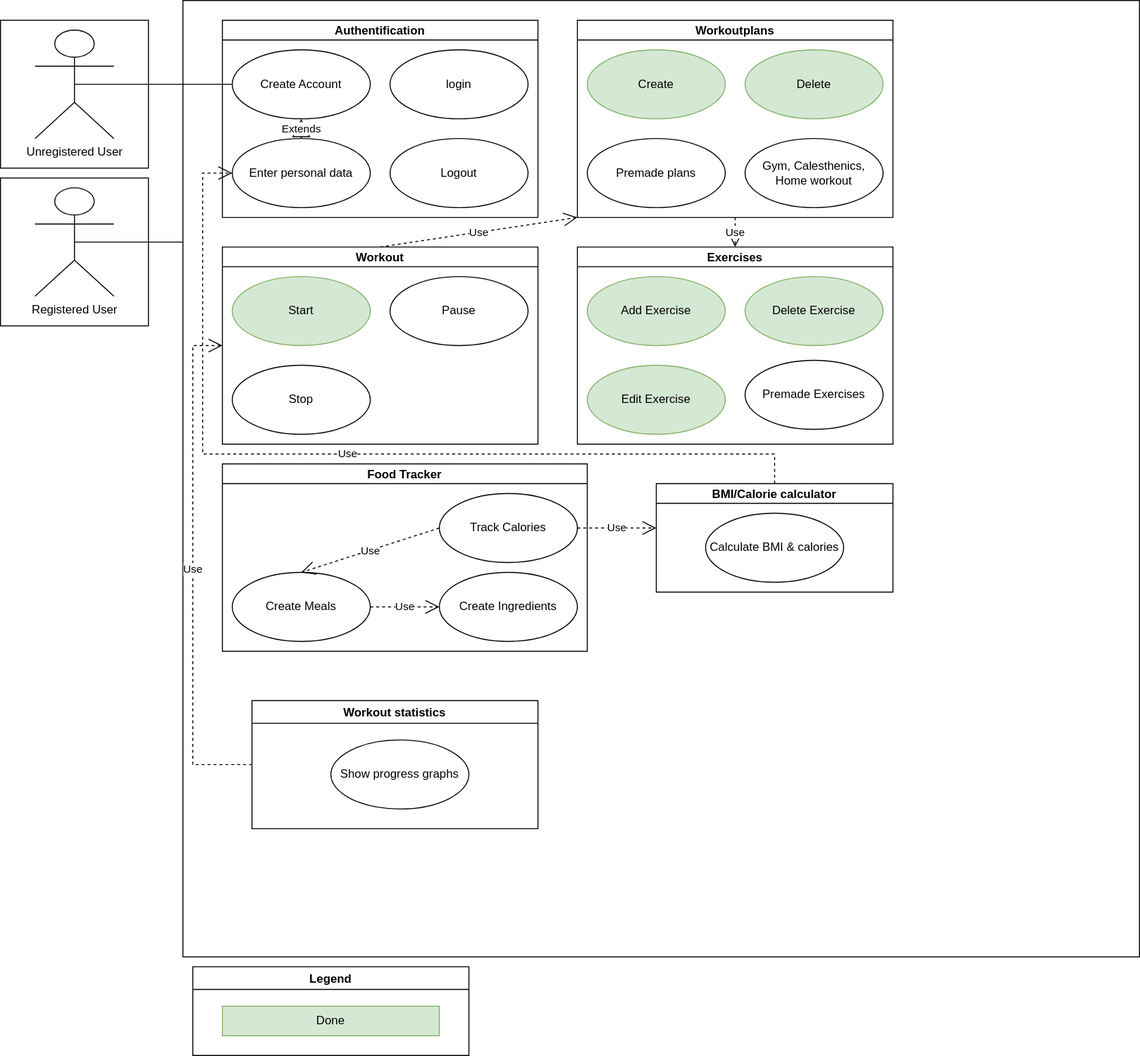
Above: UseCases/Overall_Use_Case_Diagram.drawio.svg in willizielke/FitnessWebAppDocumentation (draw.io), before the change. Source tidied: cells renumbered, new cells last; positions are measured from the earlier drawing's top-left corner, leaving out a move shared by most shapes. Its diagram source:
```xml
<mxGraphModel background="#FFFFFF">
  <root>
    <mxCell id="0" />
    <mxCell id="1" parent="0" />
    <mxCell id="2" style="whiteSpace=wrap;html=1;" parent="1" vertex="1">
      <mxGeometry y="20" width="150" height="150" as="geometry" />
    </mxCell>
    <mxCell id="3" style="whiteSpace=wrap;html=1;" parent="1" vertex="1">
      <mxGeometry y="180" width="150" height="150" as="geometry" />
    </mxCell>
    <mxCell id="4" style="whiteSpace=wrap;html=1;" parent="1" vertex="1">
      <mxGeometry x="185" width="970" height="970" as="geometry" />
    </mxCell>
    <mxCell id="5" value="Unregistered User" style="shape=umlActor;verticalLabelPosition=bottom;verticalAlign=top;html=1;" parent="1" vertex="1">
      <mxGeometry x="35" y="30" width="80" height="110" as="geometry" />
    </mxCell>
    <mxCell id="6" value="Authentification" style="swimlane;startSize=20;" parent="1" vertex="1">
      <mxGeometry x="225" y="20" width="320" height="200" as="geometry" />
    </mxCell>
    <mxCell id="7" value="Create Account" style="ellipse;whiteSpace=wrap;html=1;" parent="6" vertex="1">
      <mxGeometry x="10" y="30" width="140" height="70" as="geometry" />
    </mxCell>
    <mxCell id="8" value="Enter personal data" style="ellipse;whiteSpace=wrap;html=1;" parent="6" vertex="1">
      <mxGeometry x="10" y="120" width="140" height="70" as="geometry" />
    </mxCell>
    <mxCell id="9" value="login" style="ellipse;whiteSpace=wrap;html=1;" parent="6" vertex="1">
      <mxGeometry x="170" y="30" width="140" height="70" as="geometry" />
    </mxCell>
    <mxCell id="10" value="Logout" style="ellipse;whiteSpace=wrap;html=1;" parent="6" vertex="1">
      <mxGeometry x="170" y="120" width="140" height="70" as="geometry" />
    </mxCell>
    <mxCell id="11" value="Extends" style="endArrow=block;endSize=16;endFill=0;html=1;rounded=0;exitX=0.5;exitY=0;exitDx=0;exitDy=0;entryX=0.5;entryY=1;entryDx=0;entryDy=0;" parent="6" edge="1" source="8" target="7">
      <mxGeometry relative="1" as="geometry" />
    </mxCell>
    <mxCell id="12" style="endArrow=none;html=1;rounded=0;exitX=0.5;exitY=0.5;exitDx=0;exitDy=0;exitPerimeter=0;entryX=0;entryY=0.5;entryDx=0;entryDy=0;" parent="1" edge="1" source="5" target="7">
      <mxGeometry relative="1" as="geometry" />
    </mxCell>
    <mxCell id="13" value="Workout" style="swimlane;startSize=20;" parent="1" vertex="1">
      <mxGeometry x="225" y="250" width="320" height="200" as="geometry" />
    </mxCell>
    <mxCell id="14" value="Start" style="ellipse;whiteSpace=wrap;html=1;fillColor=#D5E8D4;strokeColor=#82B366;gradientColor=none;" parent="13" vertex="1">
      <mxGeometry x="10" y="30" width="140" height="70" as="geometry" />
    </mxCell>
    <mxCell id="15" value="Stop" style="ellipse;whiteSpace=wrap;html=1;" parent="13" vertex="1">
      <mxGeometry x="10" y="120" width="140" height="70" as="geometry" />
    </mxCell>
    <mxCell id="16" value="Pause" style="ellipse;whiteSpace=wrap;html=1;" parent="13" vertex="1">
      <mxGeometry x="170" y="30" width="140" height="70" as="geometry" />
    </mxCell>
    <mxCell id="17" value="Exercises" style="swimlane;startSize=20;" parent="1" vertex="1">
      <mxGeometry x="585" y="250" width="320" height="200" as="geometry" />
    </mxCell>
    <mxCell id="18" value="Add Exercise" style="ellipse;whiteSpace=wrap;html=1;fillColor=#d5e8d4;strokeColor=#82B366;" parent="17" vertex="1">
      <mxGeometry x="10" y="30" width="140" height="70" as="geometry" />
    </mxCell>
    <mxCell id="19" value="Edit Exercise" style="ellipse;whiteSpace=wrap;html=1;fillColor=#d5e8d4;strokeColor=#82b366;" parent="17" vertex="1">
      <mxGeometry x="10" y="120" width="140" height="70" as="geometry" />
    </mxCell>
    <mxCell id="20" value="Delete Exercise" style="ellipse;whiteSpace=wrap;html=1;fillColor=#d5e8d4;strokeColor=#82b366;" parent="17" vertex="1">
      <mxGeometry x="170" y="30" width="140" height="70" as="geometry" />
    </mxCell>
    <mxCell id="21" value="Workoutplans" style="swimlane;startSize=20;" parent="1" vertex="1">
      <mxGeometry x="585" y="20" width="320" height="200" as="geometry" />
    </mxCell>
    <mxCell id="22" value="Create" style="ellipse;whiteSpace=wrap;html=1;fillColor=#d5e8d4;strokeColor=#82b366;" parent="21" vertex="1">
      <mxGeometry x="10" y="30" width="140" height="70" as="geometry" />
    </mxCell>
    <mxCell id="23" value="Premade plans" style="ellipse;whiteSpace=wrap;html=1;" parent="21" vertex="1">
      <mxGeometry x="10" y="120" width="140" height="70" as="geometry" />
    </mxCell>
    <mxCell id="24" value="Delete" style="ellipse;whiteSpace=wrap;html=1;fillColor=#d5e8d4;strokeColor=#82b366;" parent="21" vertex="1">
      <mxGeometry x="170" y="30" width="140" height="70" as="geometry" />
    </mxCell>
    <mxCell id="25" value="Gym, Calesthenics, Home workout" style="ellipse;whiteSpace=wrap;html=1;" parent="21" vertex="1">
      <mxGeometry x="170" y="120" width="140" height="70" as="geometry" />
    </mxCell>
    <mxCell id="26" value="Premade Exercises" style="ellipse;whiteSpace=wrap;html=1;" parent="1" vertex="1">
      <mxGeometry x="755" y="365" width="140" height="70" as="geometry" />
    </mxCell>
    <mxCell id="27" value="BMI/Calorie calculator" style="swimlane;startSize=20;" parent="1" vertex="1">
      <mxGeometry x="665" y="490" width="240" height="110" as="geometry" />
    </mxCell>
    <mxCell id="28" value="Calculate BMI &amp;amp; calories" style="ellipse;whiteSpace=wrap;html=1;" parent="27" vertex="1">
      <mxGeometry x="50" y="30" width="140" height="70" as="geometry" />
    </mxCell>
    <mxCell id="29" value="Use" style="endArrow=open;endSize=12;dashed=1;html=1;rounded=0;entryX=0.5;entryY=0;entryDx=0;entryDy=0;exitX=0.5;exitY=1;exitDx=0;exitDy=0;" parent="1" edge="1" source="21" target="17">
      <mxGeometry relative="1" as="geometry" />
    </mxCell>
    <mxCell id="30" value="Registered User" style="shape=umlActor;verticalLabelPosition=bottom;verticalAlign=top;html=1;" parent="1" vertex="1">
      <mxGeometry x="35" y="190" width="80" height="110" as="geometry" />
    </mxCell>
    <mxCell id="31" value="Use" style="endArrow=open;endSize=12;dashed=1;html=1;rounded=0;exitX=0.5;exitY=0;exitDx=0;exitDy=0;entryX=0;entryY=1;entryDx=0;entryDy=0;" parent="1" edge="1" source="13" target="21">
      <mxGeometry relative="1" as="geometry" />
    </mxCell>
    <mxCell id="32" style="endArrow=none;html=1;rounded=0;entryX=0.5;entryY=0.5;entryDx=0;entryDy=0;entryPerimeter=0;" parent="1" edge="1" target="30">
      <mxGeometry relative="1" as="geometry">
        <mxPoint x="185" y="245" as="sourcePoint" />
      </mxGeometry>
    </mxCell>
    <mxCell id="33" value="Use" style="endArrow=open;endSize=12;dashed=1;html=1;rounded=0;exitX=0.5;exitY=0;exitDx=0;exitDy=0;entryX=0;entryY=0.5;entryDx=0;entryDy=0;" parent="1" edge="1" source="27" target="8">
      <mxGeometry relative="1" as="geometry">
        <Array as="points">
          <mxPoint x="785" y="460" />
          <mxPoint x="205" y="460" />
          <mxPoint x="205" y="175" />
        </Array>
      </mxGeometry>
    </mxCell>
    <mxCell id="34" value="Food Tracker" style="swimlane;startSize=20;" parent="1" vertex="1">
      <mxGeometry x="225" y="470" width="370" height="190" as="geometry" />
    </mxCell>
    <mxCell id="35" value="Track Calories" style="ellipse;whiteSpace=wrap;html=1;" parent="34" vertex="1">
      <mxGeometry x="220" y="30" width="140" height="70" as="geometry" />
    </mxCell>
    <mxCell id="36" value="Create Ingredients" style="ellipse;whiteSpace=wrap;html=1;" parent="34" vertex="1">
      <mxGeometry x="220" y="110" width="140" height="70" as="geometry" />
    </mxCell>
    <mxCell id="37" value="Create Meals" style="ellipse;whiteSpace=wrap;html=1;" parent="1" vertex="1">
      <mxGeometry x="235" y="580" width="140" height="70" as="geometry" />
    </mxCell>
    <mxCell id="38" value="Use" style="endArrow=open;endSize=12;dashed=1;html=1;rounded=0;entryX=0;entryY=0.5;entryDx=0;entryDy=0;exitX=1;exitY=0.5;exitDx=0;exitDy=0;" parent="1" edge="1" source="37" target="36">
      <mxGeometry relative="1" as="geometry" />
    </mxCell>
    <mxCell id="39" value="Use" style="endArrow=open;endSize=12;dashed=1;html=1;rounded=0;exitX=1;exitY=0.5;exitDx=0;exitDy=0;" parent="1" edge="1" source="35">
      <mxGeometry x="0.01" relative="1" as="geometry">
        <mxPoint x="665" y="535" as="targetPoint" />
      </mxGeometry>
    </mxCell>
    <mxCell id="40" value="Use" style="endArrow=open;endSize=12;dashed=1;html=1;rounded=0;exitX=0;exitY=0.5;exitDx=0;exitDy=0;entryX=0.5;entryY=0;entryDx=0;entryDy=0;" parent="1" edge="1" source="35" target="37">
      <mxGeometry relative="1" as="geometry" />
    </mxCell>
    <mxCell id="41" value="Legend" style="swimlane;" parent="1" vertex="1">
      <mxGeometry x="195" y="980" width="280" height="90" as="geometry" />
    </mxCell>
    <mxCell id="42" value="Done" style="text;html=1;strokeColor=#82b366;fillColor=#d5e8d4;align=center;verticalAlign=middle;whiteSpace=wrap;rounded=0;" parent="41" vertex="1">
      <mxGeometry x="30" y="40" width="220" height="30" as="geometry" />
    </mxCell>
    <mxCell id="43" value="Workout statistics" style="swimlane;" parent="1" vertex="1">
      <mxGeometry x="255" y="710" width="290" height="130" as="geometry" />
    </mxCell>
    <mxCell id="44" value="Show progress graphs" style="ellipse;whiteSpace=wrap;html=1;" parent="1" vertex="1">
      <mxGeometry x="335" y="750" width="140" height="70" as="geometry" />
    </mxCell>
    <mxCell id="45" value="Use" style="endArrow=open;endSize=12;dashed=1;html=1;rounded=0;exitX=0;exitY=0.5;exitDx=0;exitDy=0;entryX=0;entryY=0.5;entryDx=0;entryDy=0;" parent="1" edge="1" source="43" target="13">
      <mxGeometry relative="1" as="geometry">
        <Array as="points">
          <mxPoint x="195" y="775" />
          <mxPoint x="195" y="350" />
        </Array>
      </mxGeometry>
    </mxCell>
  </root>
</mxGraphModel>
```
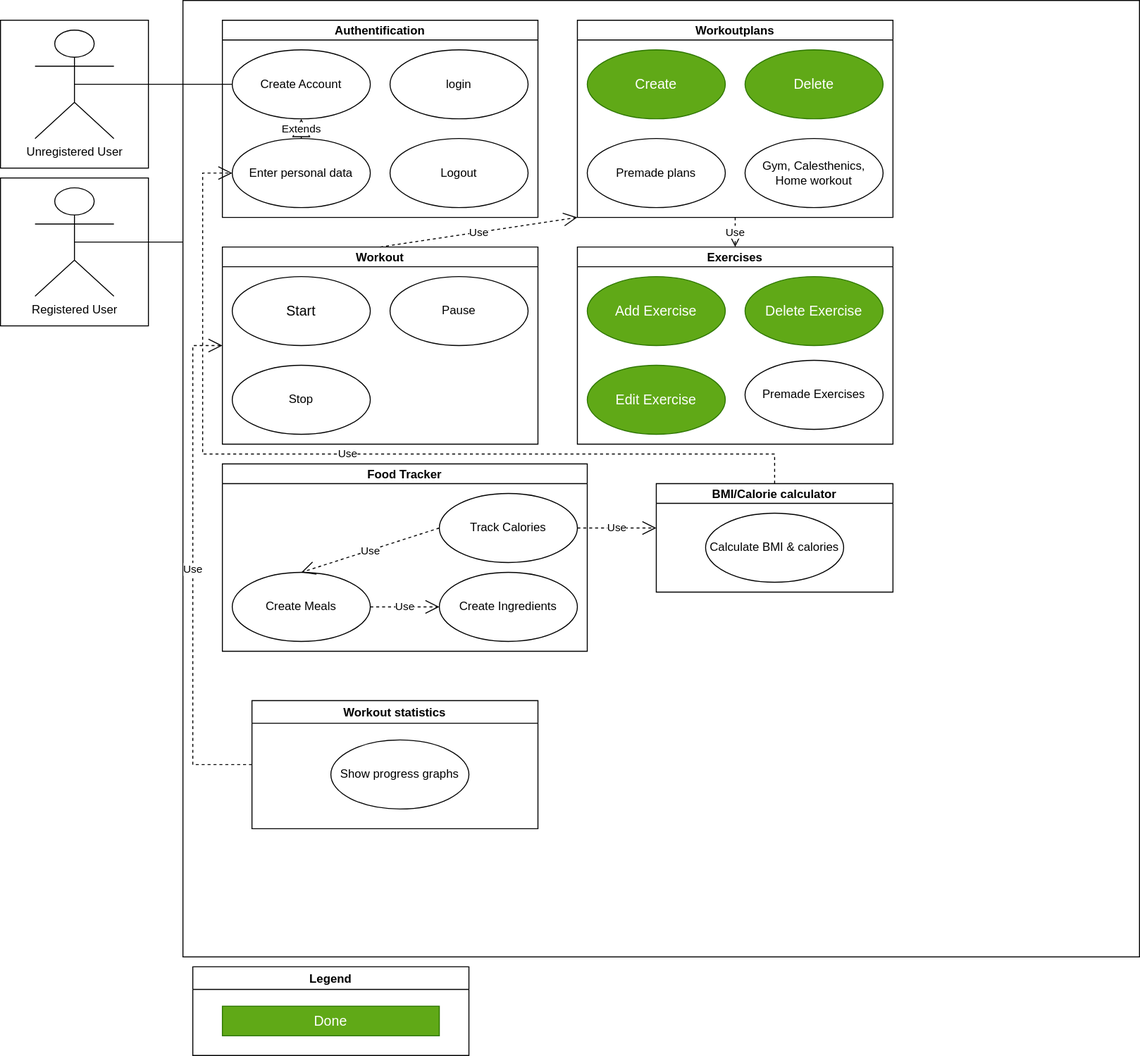
After the change.

Commit message:
update Class Diagram + UC Diagram

Change to the diagram source:
```diff
@@ -1,4 +1,4 @@
-<mxGraphModel background="#FFFFFF">
+<mxGraphModel>
   <root>
     <mxCell id="0" />
     <mxCell id="1" parent="0" />
@@ -38,7 +38,7 @@
     <mxCell id="13" value="Workout" style="swimlane;startSize=20;" parent="1" vertex="1">
       <mxGeometry x="225" y="250" width="320" height="200" as="geometry" />
     </mxCell>
-    <mxCell id="14" value="Start" style="ellipse;whiteSpace=wrap;html=1;fillColor=#D5E8D4;strokeColor=#82B366;gradientColor=none;" parent="13" vertex="1">
+    <mxCell id="14" value="&lt;font style=&quot;font-size: 14px&quot;&gt;Start&lt;/font&gt;" style="ellipse;whiteSpace=wrap;html=1;" parent="13" vertex="1">
       <mxGeometry x="10" y="30" width="140" height="70" as="geometry" />
     </mxCell>
     <mxCell id="15" value="Stop" style="ellipse;whiteSpace=wrap;html=1;" parent="13" vertex="1">
@@ -50,25 +50,25 @@
     <mxCell id="17" value="Exercises" style="swimlane;startSize=20;" parent="1" vertex="1">
       <mxGeometry x="585" y="250" width="320" height="200" as="geometry" />
     </mxCell>
-    <mxCell id="18" value="Add Exercise" style="ellipse;whiteSpace=wrap;html=1;fillColor=#d5e8d4;strokeColor=#82B366;" parent="17" vertex="1">
+    <mxCell id="18" value="&lt;font style=&quot;font-size: 14px&quot;&gt;Add Exercise&lt;/font&gt;" style="ellipse;whiteSpace=wrap;html=1;fillColor=#60a917;strokeColor=#2D7600;fontColor=#ffffff;" parent="17" vertex="1">
       <mxGeometry x="10" y="30" width="140" height="70" as="geometry" />
     </mxCell>
-    <mxCell id="19" value="Edit Exercise" style="ellipse;whiteSpace=wrap;html=1;fillColor=#d5e8d4;strokeColor=#82b366;" parent="17" vertex="1">
+    <mxCell id="19" value="&lt;font style=&quot;font-size: 14px&quot;&gt;Edit Exercise&lt;/font&gt;" style="ellipse;whiteSpace=wrap;html=1;fillColor=#60a917;strokeColor=#2D7600;fontColor=#ffffff;" parent="17" vertex="1">
       <mxGeometry x="10" y="120" width="140" height="70" as="geometry" />
     </mxCell>
-    <mxCell id="20" value="Delete Exercise" style="ellipse;whiteSpace=wrap;html=1;fillColor=#d5e8d4;strokeColor=#82b366;" parent="17" vertex="1">
+    <mxCell id="20" value="&lt;font style=&quot;font-size: 14px&quot;&gt;Delete Exercise&lt;/font&gt;" style="ellipse;whiteSpace=wrap;html=1;fillColor=#60a917;strokeColor=#2D7600;fontColor=#ffffff;" parent="17" vertex="1">
       <mxGeometry x="170" y="30" width="140" height="70" as="geometry" />
     </mxCell>
     <mxCell id="21" value="Workoutplans" style="swimlane;startSize=20;" parent="1" vertex="1">
       <mxGeometry x="585" y="20" width="320" height="200" as="geometry" />
     </mxCell>
-    <mxCell id="22" value="Create" style="ellipse;whiteSpace=wrap;html=1;fillColor=#d5e8d4;strokeColor=#82b366;" parent="21" vertex="1">
+    <mxCell id="22" value="&lt;font style=&quot;font-size: 14px&quot;&gt;Create&lt;/font&gt;" style="ellipse;whiteSpace=wrap;html=1;fillColor=#60a917;strokeColor=#2D7600;fontColor=#ffffff;" parent="21" vertex="1">
       <mxGeometry x="10" y="30" width="140" height="70" as="geometry" />
     </mxCell>
     <mxCell id="23" value="Premade plans" style="ellipse;whiteSpace=wrap;html=1;" parent="21" vertex="1">
       <mxGeometry x="10" y="120" width="140" height="70" as="geometry" />
     </mxCell>
-    <mxCell id="24" value="Delete" style="ellipse;whiteSpace=wrap;html=1;fillColor=#d5e8d4;strokeColor=#82b366;" parent="21" vertex="1">
+    <mxCell id="24" value="&lt;font style=&quot;font-size: 14px&quot;&gt;Delete&lt;/font&gt;" style="ellipse;whiteSpace=wrap;html=1;fillColor=#60a917;strokeColor=#2D7600;fontColor=#ffffff;" parent="21" vertex="1">
       <mxGeometry x="170" y="30" width="140" height="70" as="geometry" />
     </mxCell>
     <mxCell id="25" value="Gym, Calesthenics, Home workout" style="ellipse;whiteSpace=wrap;html=1;" parent="21" vertex="1">
@@ -132,7 +132,7 @@
     <mxCell id="41" value="Legend" style="swimlane;" parent="1" vertex="1">
       <mxGeometry x="195" y="980" width="280" height="90" as="geometry" />
     </mxCell>
-    <mxCell id="42" value="Done" style="text;html=1;strokeColor=#82b366;fillColor=#d5e8d4;align=center;verticalAlign=middle;whiteSpace=wrap;rounded=0;" parent="41" vertex="1">
+    <mxCell id="42" value="&lt;font style=&quot;font-size: 14px&quot;&gt;Done&lt;/font&gt;" style="text;html=1;strokeColor=#2D7600;fillColor=#60a917;align=center;verticalAlign=middle;whiteSpace=wrap;rounded=0;fontColor=#ffffff;" parent="41" vertex="1">
       <mxGeometry x="30" y="40" width="220" height="30" as="geometry" />
     </mxCell>
     <mxCell id="43" value="Workout statistics" style="swimlane;" parent="1" vertex="1">
```
